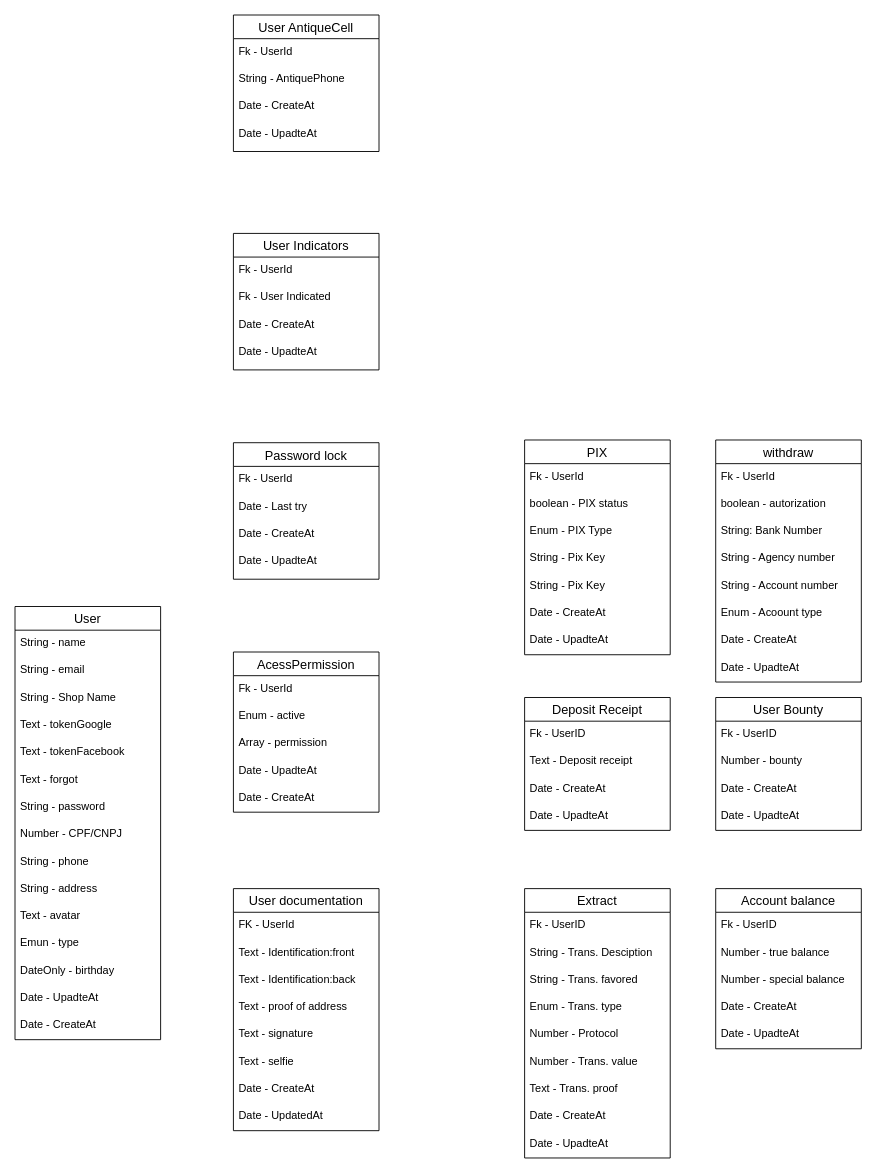
TeixeiraJr/construction-budget keeps this draw.io diagram as mer.drawio. Above is the earlier version. Source tidied: cells renumbered, new cells numbered last; positions are measured from the earlier drawing's top-left corner, leaving out a move shared by most shapes. Both pictures are drawn from the tidied source at 91%, with x=0, y=0 at pixel (15, 15).
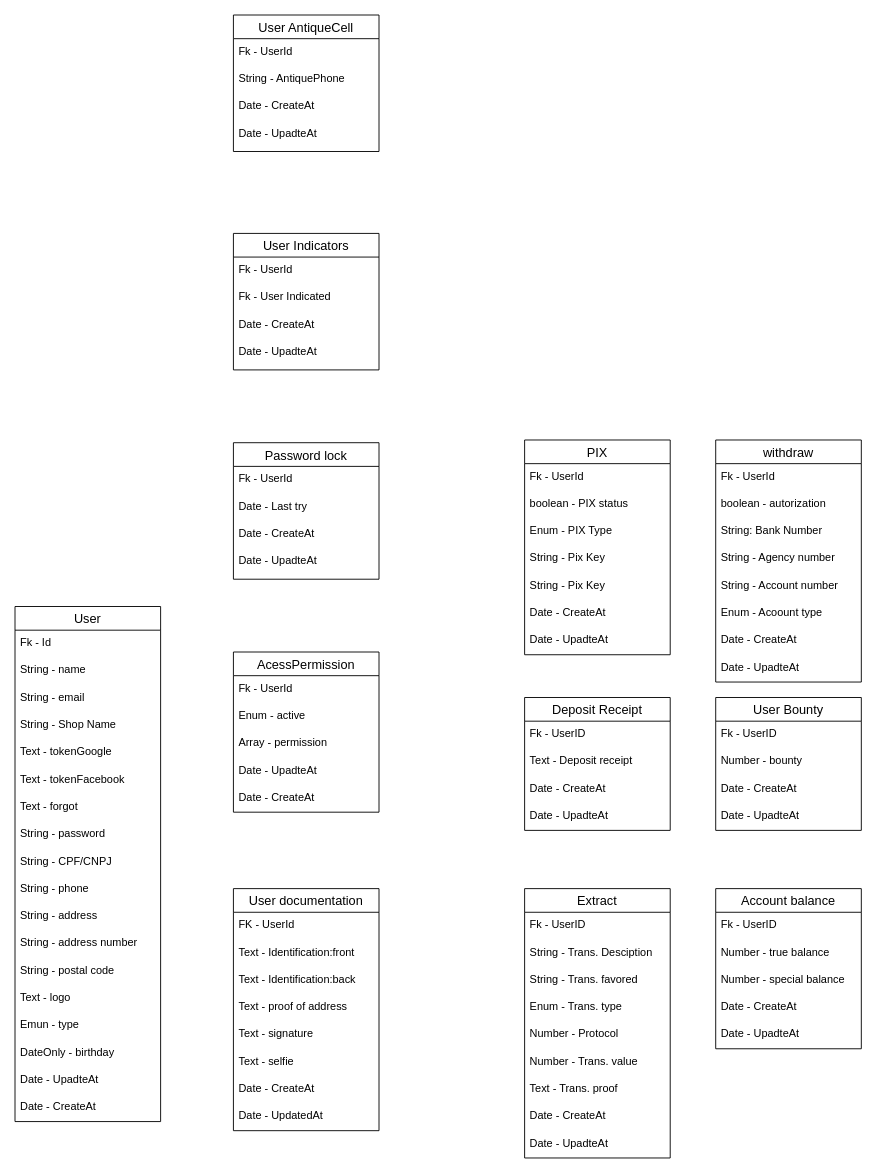
The same diagram, later.

Change to the diagram source:
```diff
@@
     <mxCell id="2" value="User" style="swimlane;fontStyle=0;horizontal=1;startSize=26;align=center;fontSize=14;" parent="1" vertex="1">
-      <mxGeometry y="650" width="160" height="476" as="geometry" />
+      <mxGeometry y="650" width="160" height="566" as="geometry" />
     </mxCell>
-    <mxCell id="3" value="String - name" style="text;strokeColor=none;fillColor=none;spacingLeft=4;spacingRight=4;overflow=hidden;fontSize=12;" parent="2" vertex="1">
+    <mxCell id="3" value="Fk - Id" style="text;strokeColor=none;fillColor=none;spacingLeft=4;spacingRight=4;overflow=hidden;fontSize=12;" parent="2" vertex="1">
       <mxGeometry y="26" width="160" height="30" as="geometry" />
     </mxCell>
+    <mxCell id="91" value="String - name" style="text;strokeColor=none;fillColor=none;spacingLeft=4;spacingRight=4;overflow=hidden;fontSize=12;" parent="2" vertex="1">
+      <mxGeometry y="56" width="160" height="30" as="geometry" />
+    </mxCell>
     <mxCell id="4" value="String - email" style="text;strokeColor=none;fillColor=none;spacingLeft=4;spacingRight=4;overflow=hidden;fontSize=12;" parent="2" vertex="1">
-      <mxGeometry y="56" width="160" height="30" as="geometry" />
+      <mxGeometry y="86" width="160" height="30" as="geometry" />
     </mxCell>
     <mxCell id="5" value="String - Shop Name" style="text;strokeColor=none;fillColor=none;spacingLeft=4;spacingRight=4;overflow=hidden;fontSize=12;" parent="2" vertex="1">
-      <mxGeometry y="86" width="160" height="30" as="geometry" />
+      <mxGeometry y="116" width="160" height="30" as="geometry" />
     </mxCell>
     <mxCell id="6" value="Text - tokenGoogle" style="text;strokeColor=none;fillColor=none;spacingLeft=4;spacingRight=4;overflow=hidden;fontSize=12;" parent="2" vertex="1">
-      <mxGeometry y="116" width="160" height="30" as="geometry" />
+      <mxGeometry y="146" width="160" height="30" as="geometry" />
     </mxCell>
     <mxCell id="7" value="Text - tokenFacebook" style="text;strokeColor=none;fillColor=none;spacingLeft=4;spacingRight=4;overflow=hidden;fontSize=12;" parent="2" vertex="1">
-      <mxGeometry y="146" width="160" height="30" as="geometry" />
+      <mxGeometry y="176" width="160" height="30" as="geometry" />
     </mxCell>
     <mxCell id="8" value="Text - forgot" style="text;strokeColor=none;fillColor=none;spacingLeft=4;spacingRight=4;overflow=hidden;fontSize=12;" parent="2" vertex="1">
-      <mxGeometry y="176" width="160" height="30" as="geometry" />
+      <mxGeometry y="206" width="160" height="30" as="geometry" />
     </mxCell>
     <mxCell id="9" value="String - password" style="text;strokeColor=none;fillColor=none;spacingLeft=4;spacingRight=4;overflow=hidden;fontSize=12;" parent="2" vertex="1">
-      <mxGeometry y="206" width="160" height="30" as="geometry" />
+      <mxGeometry y="236" width="160" height="30" as="geometry" />
     </mxCell>
-    <mxCell id="10" value="Number - CPF/CNPJ" style="text;strokeColor=none;fillColor=none;spacingLeft=4;spacingRight=4;overflow=hidden;fontSize=12;" parent="2" vertex="1">
-      <mxGeometry y="236" width="160" height="30" as="geometry" />
+    <mxCell id="10" value="String - CPF/CNPJ" style="text;strokeColor=none;fillColor=none;spacingLeft=4;spacingRight=4;overflow=hidden;fontSize=12;" parent="2" vertex="1">
+      <mxGeometry y="266" width="160" height="30" as="geometry" />
     </mxCell>
     <mxCell id="11" value="String - phone" style="text;strokeColor=none;fillColor=none;spacingLeft=4;spacingRight=4;overflow=hidden;fontSize=12;" parent="2" vertex="1">
-      <mxGeometry y="266" width="160" height="30" as="geometry" />
+      <mxGeometry y="296" width="160" height="30" as="geometry" />
     </mxCell>
     <mxCell id="12" value="String - address" style="text;strokeColor=none;fillColor=none;spacingLeft=4;spacingRight=4;overflow=hidden;fontSize=12;" parent="2" vertex="1">
-      <mxGeometry y="296" width="160" height="30" as="geometry" />
+      <mxGeometry y="326" width="160" height="30" as="geometry" />
     </mxCell>
+    <mxCell id="92" value="String - address number" style="text;strokeColor=none;fillColor=none;spacingLeft=4;spacingRight=4;overflow=hidden;fontSize=12;" parent="2" vertex="1">
+      <mxGeometry y="356" width="160" height="30" as="geometry" />
+    </mxCell>
+    <mxCell id="93" value="String - postal code" style="text;strokeColor=none;fillColor=none;spacingLeft=4;spacingRight=4;overflow=hidden;fontSize=12;" parent="2" vertex="1">
+      <mxGeometry y="386" width="160" height="30" as="geometry" />
+    </mxCell>
-    <mxCell id="13" value="Text - avatar" style="text;strokeColor=none;fillColor=none;spacingLeft=4;spacingRight=4;overflow=hidden;fontSize=12;" parent="2" vertex="1">
-      <mxGeometry y="326" width="160" height="30" as="geometry" />
+    <mxCell id="13" value="Text - logo" style="text;strokeColor=none;fillColor=none;spacingLeft=4;spacingRight=4;overflow=hidden;fontSize=12;" parent="2" vertex="1">
+      <mxGeometry y="416" width="160" height="30" as="geometry" />
     </mxCell>
     <mxCell id="14" value="Emun - type" style="text;strokeColor=none;fillColor=none;spacingLeft=4;spacingRight=4;overflow=hidden;fontSize=12;" parent="2" vertex="1">
-      <mxGeometry y="356" width="160" height="30" as="geometry" />
+      <mxGeometry y="446" width="160" height="30" as="geometry" />
     </mxCell>
     <mxCell id="15" value="DateOnly - birthday" style="text;strokeColor=none;fillColor=none;spacingLeft=4;spacingRight=4;overflow=hidden;fontSize=12;" parent="2" vertex="1">
-      <mxGeometry y="386" width="160" height="30" as="geometry" />
+      <mxGeometry y="476" width="160" height="30" as="geometry" />
     </mxCell>
     <mxCell id="16" value="Date - UpadteAt" style="text;strokeColor=none;fillColor=none;spacingLeft=4;spacingRight=4;overflow=hidden;fontSize=12;" parent="2" vertex="1">
-      <mxGeometry y="416" width="160" height="30" as="geometry" />
+      <mxGeometry y="506" width="160" height="30" as="geometry" />
     </mxCell>
     <mxCell id="17" value="Date - CreateAt" style="text;strokeColor=none;fillColor=none;spacingLeft=4;spacingRight=4;overflow=hidden;fontSize=12;" parent="2" vertex="1">
-      <mxGeometry y="446" width="160" height="30" as="geometry" />
+      <mxGeometry y="536" width="160" height="30" as="geometry" />
     </mxCell>
```
